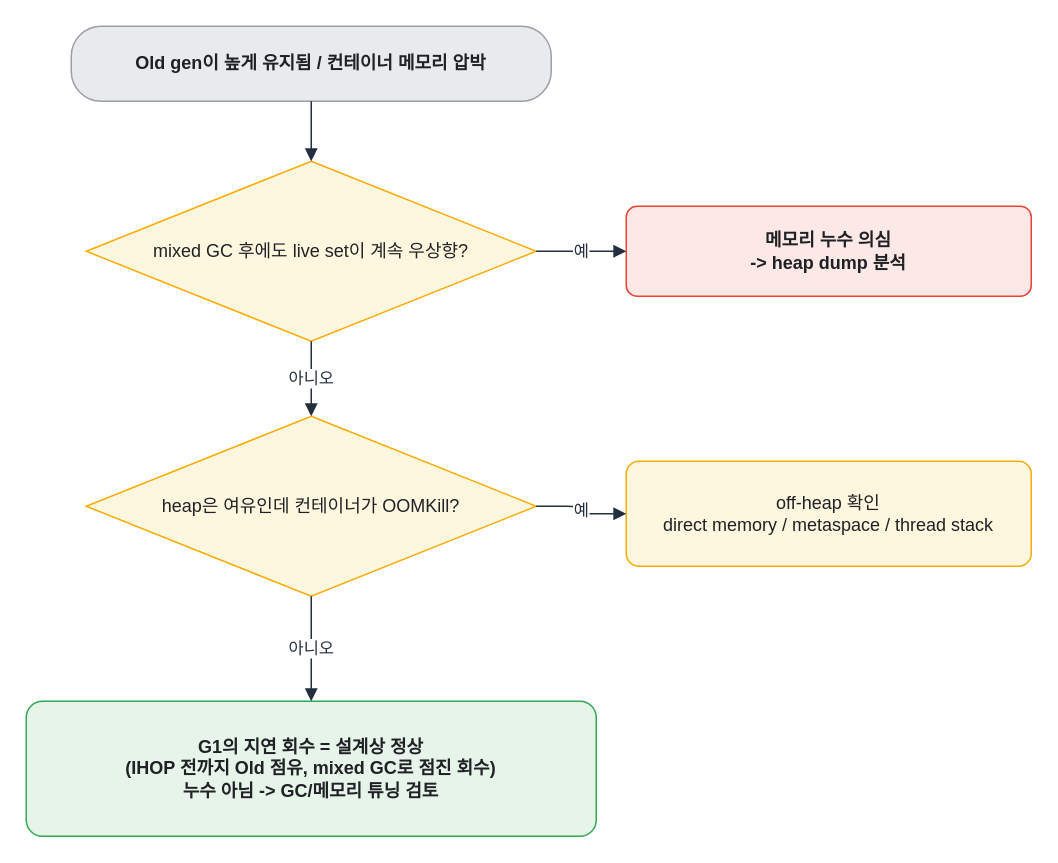
This is assets/img/jvm/jvm-11-capstone-diagnosis.drawio from KKamJi98/kkamji98.github.io, a draw.io file, before an edit. Source tidied: cells renumbered, new cells numbered last; positions are measured from the earlier drawing's top-left corner, leaving out a move shared by most shapes. Both pictures are drawn from the tidied source at 150%, with x=0, y=0 at pixel (26, 26).
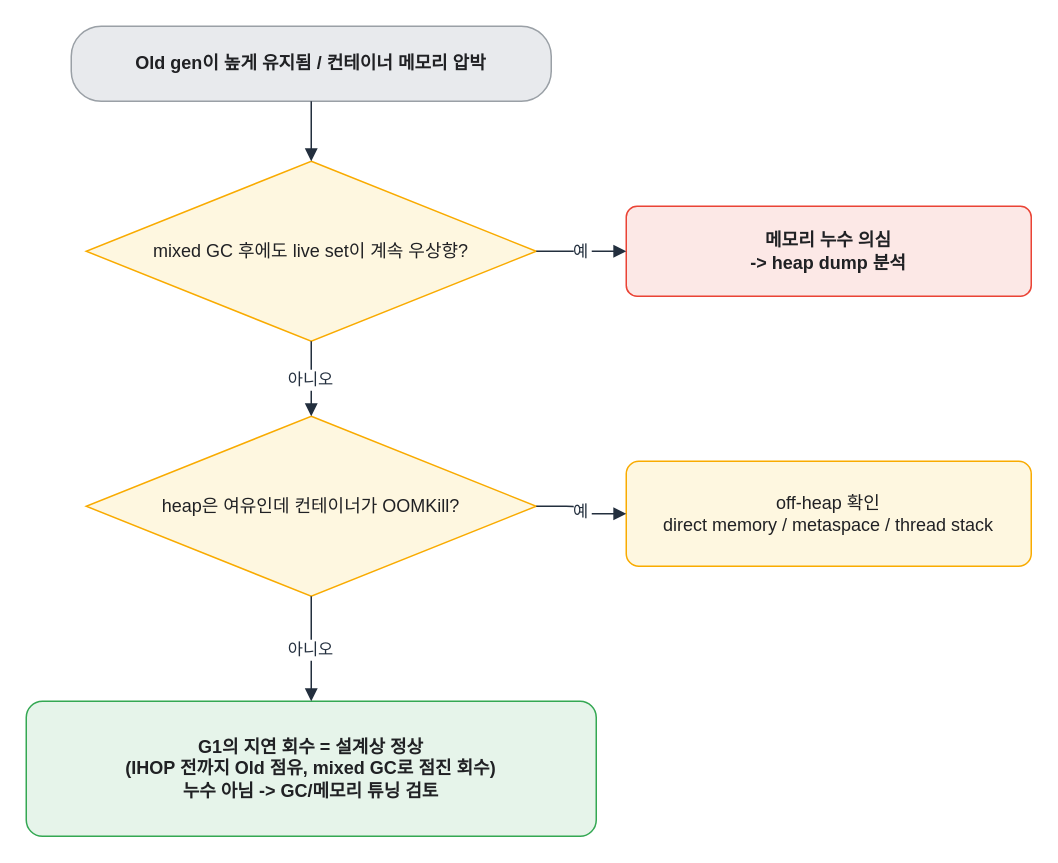
The same page after the edit.

What changed in the source:
```diff
@@
 <mxGraphModel background="#FFFFFF">
   <root>
     <mxCell id="0" />
     <mxCell id="1" parent="0" />
     <mxCell id="2" value="Old gen이 높게 유지됨 / 컨테이너 메모리 압박" style="rounded=1;whiteSpace=wrap;html=1;arcSize=40;shadow=0;fillColor=#E8EAED;strokeColor=#9AA0A6;fontColor=#202124;fontStyle=1;" parent="1" vertex="1">
       <mxGeometry x="30" width="320" height="50" as="geometry" />
     </mxCell>
     <mxCell id="3" value="mixed GC 후에도 live set이 계속 우상향?" style="rhombus;whiteSpace=wrap;html=1;shadow=0;fillColor=#FEF7E0;strokeColor=#F9AB00;fontColor=#202124;" parent="1" vertex="1">
       <mxGeometry x="40" y="90" width="300" height="120" as="geometry" />
     </mxCell>
     <mxCell id="4" value="메모리 누수 의심&#10;-&gt; heap dump 분석" style="rounded=1;whiteSpace=wrap;html=1;arcSize=12;shadow=0;fillColor=#FCE8E6;strokeColor=#EA4335;fontColor=#202124;fontStyle=1;" parent="1" vertex="1">
       <mxGeometry x="400" y="120" width="270" height="60" as="geometry" />
     </mxCell>
     <mxCell id="5" value="heap은 여유인데 컨테이너가 OOMKill?" style="rhombus;whiteSpace=wrap;html=1;shadow=0;fillColor=#FEF7E0;strokeColor=#F9AB00;fontColor=#202124;" parent="1" vertex="1">
       <mxGeometry x="40" y="260" width="300" height="120" as="geometry" />
     </mxCell>
     <mxCell id="6" value="off-heap 확인&#10;direct memory / metaspace / thread stack" style="rounded=1;whiteSpace=wrap;html=1;arcSize=12;shadow=0;fillColor=#FEF7E0;strokeColor=#F9AB00;fontColor=#202124;" parent="1" vertex="1">
       <mxGeometry x="400" y="290" width="270" height="70" as="geometry" />
     </mxCell>
     <mxCell id="7" value="G1의 지연 회수 = 설계상 정상&#10;(IHOP 전까지 Old 점유, mixed GC로 점진 회수)&#10;누수 아님 -&gt; GC/메모리 튜닝 검토" style="rounded=1;whiteSpace=wrap;html=1;arcSize=12;shadow=0;fillColor=#E6F4EA;strokeColor=#34A853;fontColor=#202124;fontStyle=1;" parent="1" vertex="1">
       <mxGeometry y="450" width="380" height="90" as="geometry" />
     </mxCell>
     <mxCell id="8" style="edgeStyle=orthogonalEdgeStyle;rounded=1;html=1;endArrow=block;strokeColor=#232F3E;" parent="1" edge="1" source="2" target="3">
       <mxGeometry relative="1" as="geometry" />
     </mxCell>
-    <mxCell id="9" value="예" style="edgeStyle=orthogonalEdgeStyle;rounded=1;html=1;endArrow=block;strokeColor=#232F3E;fontColor=#232F3E;labelBackgroundColor=#FFFFFF;" parent="1" edge="1" source="3" target="4">
+    <mxCell id="9" value="예" style="edgeStyle=orthogonalEdgeStyle;rounded=1;html=0;endArrow=block;strokeColor=#232F3E;fontColor=#232F3E;labelBackgroundColor=#FFFFFF;" parent="1" edge="1" source="3" target="4">
       <mxGeometry relative="1" as="geometry" />
     </mxCell>
-    <mxCell id="10" value="아니오" style="edgeStyle=orthogonalEdgeStyle;rounded=1;html=1;endArrow=block;strokeColor=#232F3E;fontColor=#232F3E;labelBackgroundColor=#FFFFFF;" parent="1" edge="1" source="3" target="5">
+    <mxCell id="10" value="아니오" style="edgeStyle=orthogonalEdgeStyle;rounded=1;html=0;endArrow=block;strokeColor=#232F3E;fontColor=#232F3E;labelBackgroundColor=#FFFFFF;" parent="1" edge="1" source="3" target="5">
       <mxGeometry relative="1" as="geometry" />
     </mxCell>
-    <mxCell id="11" value="예" style="edgeStyle=orthogonalEdgeStyle;rounded=1;html=1;endArrow=block;strokeColor=#232F3E;fontColor=#232F3E;labelBackgroundColor=#FFFFFF;" parent="1" edge="1" source="5" target="6">
+    <mxCell id="11" value="예" style="edgeStyle=orthogonalEdgeStyle;rounded=1;html=0;endArrow=block;strokeColor=#232F3E;fontColor=#232F3E;labelBackgroundColor=#FFFFFF;" parent="1" edge="1" source="5" target="6">
       <mxGeometry relative="1" as="geometry" />
     </mxCell>
-    <mxCell id="12" value="아니오" style="edgeStyle=orthogonalEdgeStyle;rounded=1;html=1;endArrow=block;strokeColor=#232F3E;fontColor=#232F3E;labelBackgroundColor=#FFFFFF;" parent="1" edge="1" source="5" target="7">
+    <mxCell id="12" value="아니오" style="edgeStyle=orthogonalEdgeStyle;rounded=1;html=0;endArrow=block;strokeColor=#232F3E;fontColor=#232F3E;labelBackgroundColor=#FFFFFF;" parent="1" edge="1" source="5" target="7">
       <mxGeometry relative="1" as="geometry" />
     </mxCell>
   </root>
 </mxGraphModel>
```
